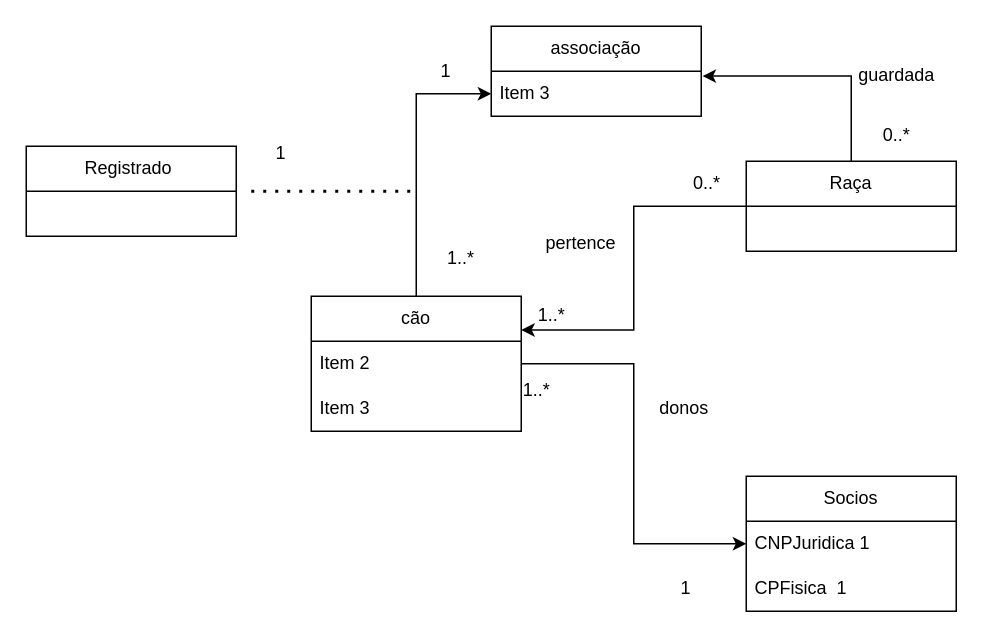
The draw.io diagram page "Página-3" (3 of 3) of estudo pra prova.drawio in livramos/Modelagem-de-Dados-, before the edit. Source tidied: cells renumbered, new cells numbered last; positions are measured from the earlier drawing's top-left corner, leaving out a move shared by most shapes. Both pictures are drawn from the tidied source at 150%, with x=0, y=0 at pixel (26, 26).
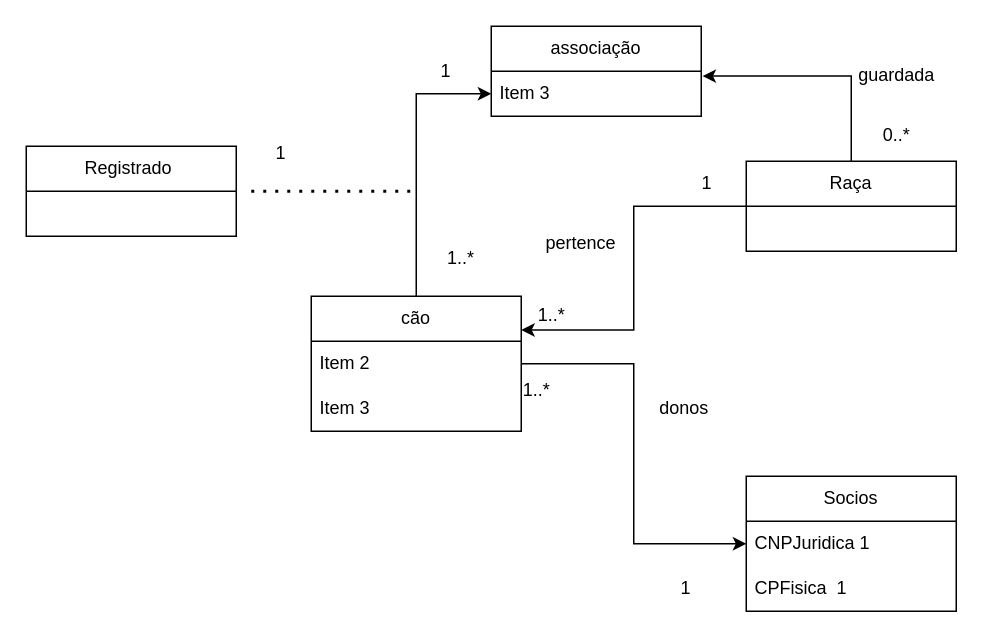
The same page after the edit.

Change to the diagram source:
```diff
@@
-    <mxCell id="20" value="0..*" style="text;strokeColor=none;align=center;fillColor=none;html=1;verticalAlign=middle;whiteSpace=wrap;rounded=0;" parent="1" vertex="1">
+    <mxCell id="20" value="1" style="text;strokeColor=none;align=center;fillColor=none;html=1;verticalAlign=middle;whiteSpace=wrap;rounded=0;" parent="1" vertex="1">
       <mxGeometry x="424" y="90" width="60" height="30" as="geometry" />
     </mxCell>
```
